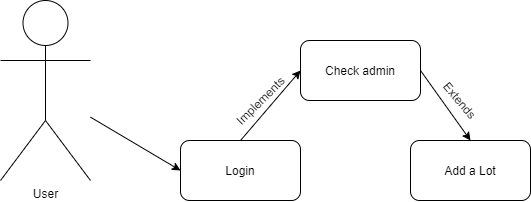
This is docs/useCases/Add a Lot.png from katiecorcoran/cs3450-group-4, a draw.io export, as it was before one commit. Source tidied: cells renumbered, new cells last; positions are measured from the earlier drawing's top-left corner, leaving out a move shared by most shapes.
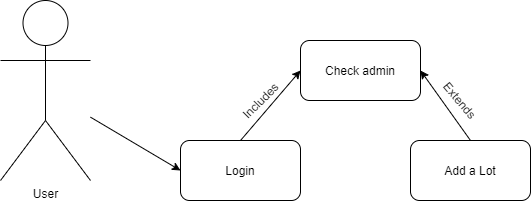
The same diagram one commit later.

Commit message:
Updated Use Case Diagrams

Change to the diagram source:
```diff
@@ -26,13 +26,13 @@
     <mxCell id="9" style="endArrow=classic;html=1;exitX=0.5;exitY=0;exitDx=0;exitDy=0;entryX=0;entryY=0.5;entryDx=0;entryDy=0;" parent="1" edge="1" source="7" target="5">
       <mxGeometry relative="1" as="geometry" />
     </mxCell>
-    <mxCell id="10" style="endArrow=classic;html=1;exitX=1;exitY=0.5;exitDx=0;exitDy=0;entryX=0.5;entryY=0;entryDx=0;entryDy=0;" parent="1" edge="1" source="5" target="2">
+    <mxCell id="10" style="endArrow=classic;html=1;exitX=0.5;exitY=0;exitDx=0;exitDy=0;entryX=1;entryY=0.5;entryDx=0;entryDy=0;" parent="1" edge="1" source="2" target="5">
       <mxGeometry relative="1" as="geometry" />
     </mxCell>
     <mxCell id="11" style="endArrow=classic;html=1;entryX=0;entryY=0.5;entryDx=0;entryDy=0;" parent="1" edge="1" source="4" target="7">
       <mxGeometry relative="1" as="geometry" />
     </mxCell>
-    <mxCell id="12" value="Implements" style="text;html=1;strokeColor=none;fillColor=none;align=center;verticalAlign=middle;whiteSpace=wrap;rounded=0;rotation=-45;" parent="1" vertex="1">
+    <mxCell id="12" value="Includes" style="text;html=1;strokeColor=none;fillColor=none;align=center;verticalAlign=middle;whiteSpace=wrap;rounded=0;rotation=-45;" parent="1" vertex="1">
       <mxGeometry x="240" y="90" width="40" height="20" as="geometry" />
     </mxCell>
     <mxCell id="13" value="Extends" style="text;html=1;strokeColor=none;fillColor=none;align=center;verticalAlign=middle;whiteSpace=wrap;rounded=0;rotation=50;" parent="1" vertex="1">
```
